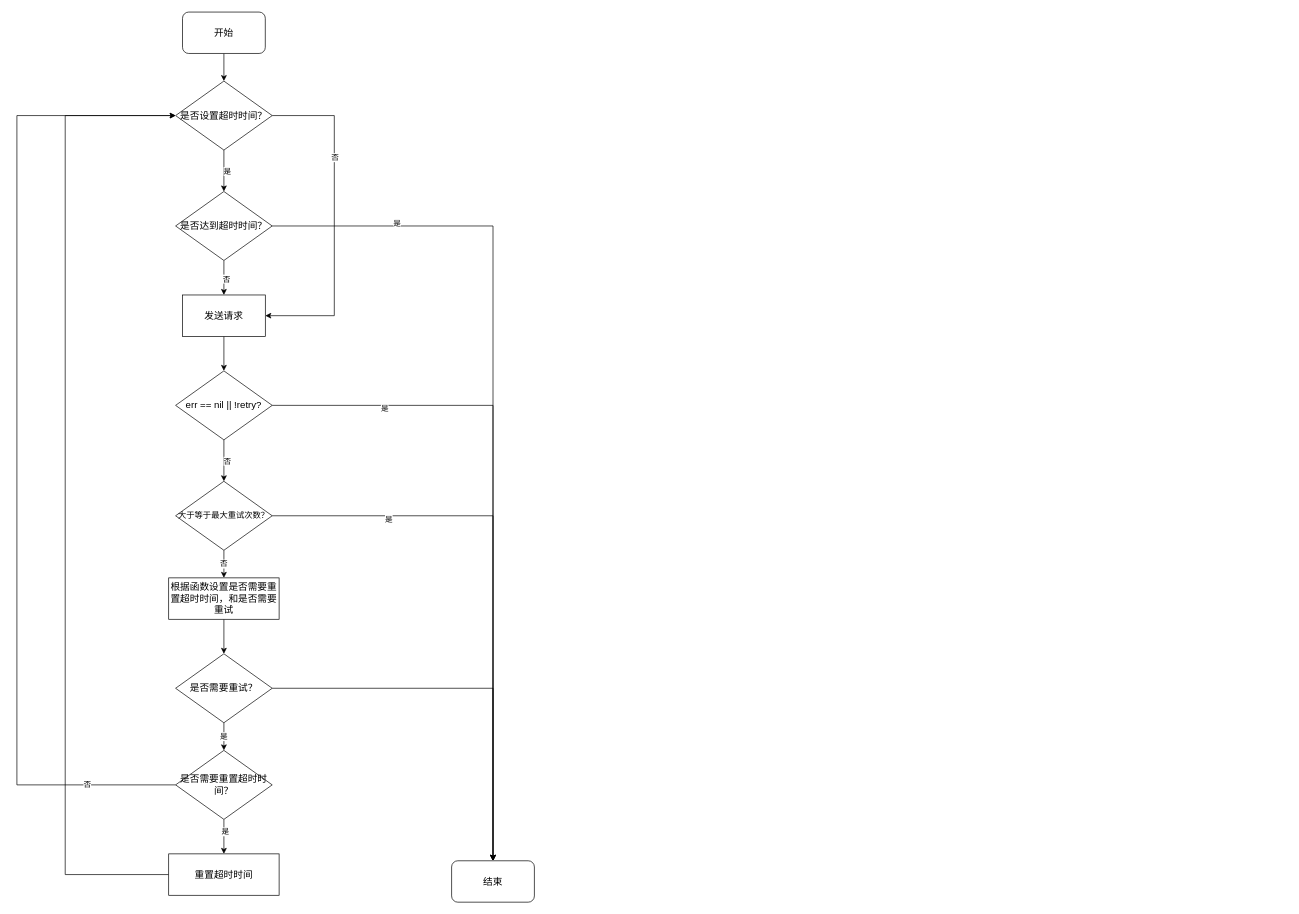
Earlier version of the draw.io diagram go/fasthttp.drawio (LanSeTianYe/draw). Source tidied: cells renumbered, new cells numbered last; positions are measured from the earlier drawing's top-left corner, leaving out a move shared by most shapes. Both pictures are drawn from the tidied source at 69%, with x=0, y=0 at pixel (17, 12).
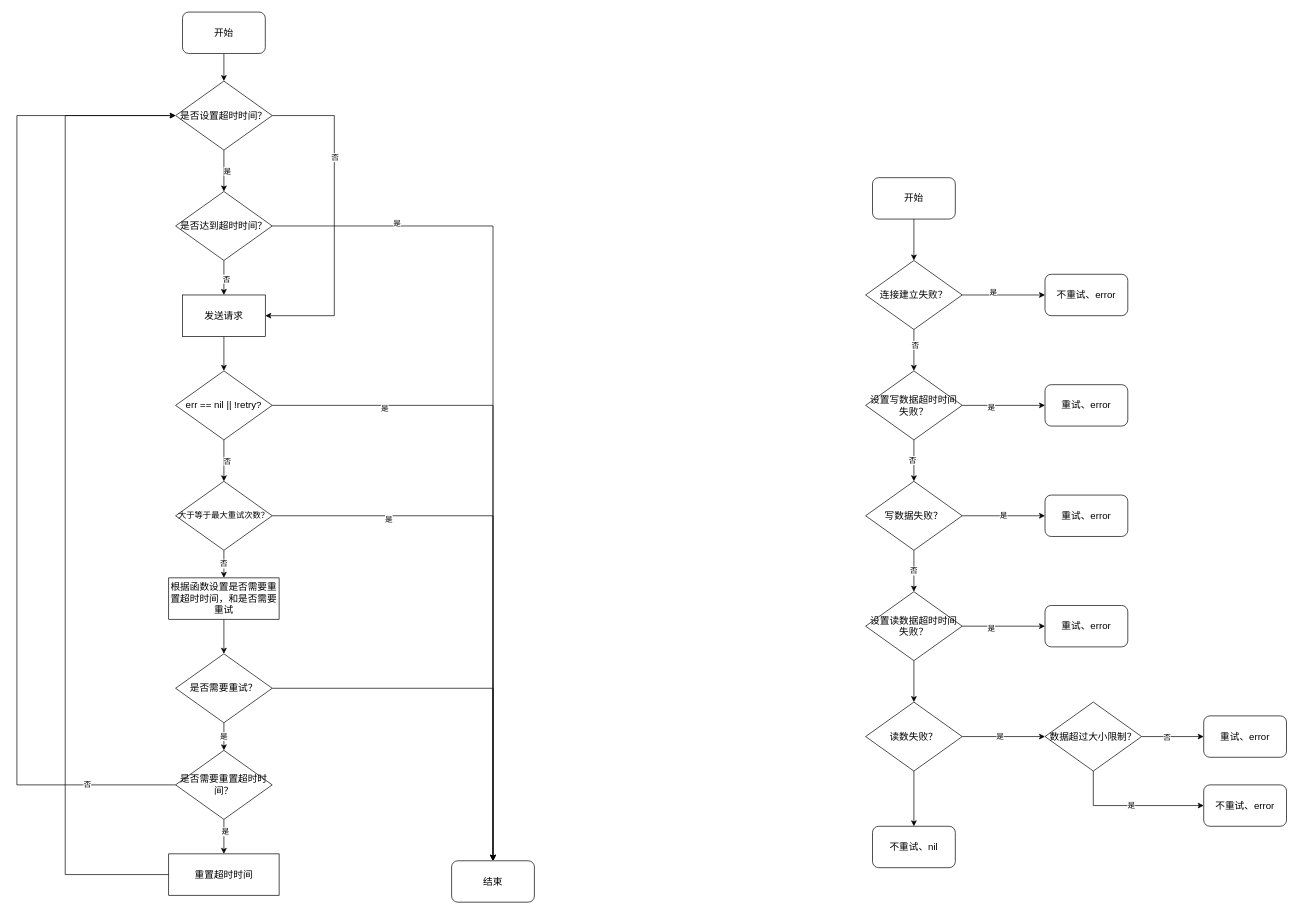
After the change.

Diff of the diagram source:
```diff
@@
+    <mxCell id="38" style="edgeStyle=orthogonalEdgeStyle;rounded=0;jettySize=auto;html=1;exitX=0.5;exitY=1;exitDx=0;exitDy=0;entryX=0.5;entryY=0;entryDx=0;entryDy=0;" parent="1" edge="1" source="39" target="44">
+      <mxGeometry relative="1" as="geometry" />
+    </mxCell>
+    <mxCell id="39" value="&lt;font style=&quot;font-size: 14px;&quot;&gt;开始&lt;/font&gt;" style="rounded=1;whiteSpace=wrap;html=1;" parent="1" vertex="1">
+      <mxGeometry x="1240" y="240" width="120" height="60" as="geometry" />
+    </mxCell>
+    <mxCell id="40" style="edgeStyle=orthogonalEdgeStyle;rounded=0;jettySize=auto;html=1;exitX=1;exitY=0.5;exitDx=0;exitDy=0;" parent="1" edge="1" source="44" target="45">
+      <mxGeometry relative="1" as="geometry" />
+    </mxCell>
+    <mxCell id="41" value="是" style="edgeLabel;html=1;align=center;verticalAlign=middle;" parent="40" vertex="1">
+      <mxGeometry x="-0.26" y="4" relative="1" as="geometry" />
+    </mxCell>
+    <mxCell id="42" style="edgeStyle=orthogonalEdgeStyle;rounded=0;jettySize=auto;html=1;exitX=0.5;exitY=1;exitDx=0;exitDy=0;" parent="1" edge="1" source="44" target="50">
+      <mxGeometry relative="1" as="geometry" />
+    </mxCell>
+    <mxCell id="43" value="否" style="edgeLabel;html=1;align=center;verticalAlign=middle;" parent="42" vertex="1">
+      <mxGeometry x="-0.28" y="1" relative="1" as="geometry" />
+    </mxCell>
+    <mxCell id="44" value="&lt;span style=&quot;font-size: 14px;&quot;&gt;连接建立失败？&lt;/span&gt;" style="rhombus;whiteSpace=wrap;html=1;align=center;" parent="1" vertex="1">
+      <mxGeometry x="1230" y="360" width="140" height="100" as="geometry" />
+    </mxCell>
+    <mxCell id="45" value="&lt;span style=&quot;font-size: 14px;&quot;&gt;不重试、error&lt;/span&gt;" style="rounded=1;whiteSpace=wrap;html=1;" parent="1" vertex="1">
+      <mxGeometry x="1490" y="380" width="120" height="60" as="geometry" />
+    </mxCell>
+    <mxCell id="46" style="edgeStyle=orthogonalEdgeStyle;rounded=0;jettySize=auto;html=1;exitX=1;exitY=0.5;exitDx=0;exitDy=0;" parent="1" edge="1" source="50" target="51">
+      <mxGeometry relative="1" as="geometry" />
+    </mxCell>
+    <mxCell id="47" value="是" style="edgeLabel;html=1;align=center;verticalAlign=middle;" parent="46" vertex="1">
+      <mxGeometry x="-0.31" y="-2" relative="1" as="geometry" />
+    </mxCell>
+    <mxCell id="48" style="edgeStyle=orthogonalEdgeStyle;rounded=0;jettySize=auto;html=1;exitX=0.5;exitY=1;exitDx=0;exitDy=0;entryX=0.5;entryY=0;entryDx=0;entryDy=0;" parent="1" edge="1" source="50" target="55">
+      <mxGeometry relative="1" as="geometry" />
+    </mxCell>
+    <mxCell id="49" value="否" style="edgeLabel;html=1;align=center;verticalAlign=middle;" parent="48" vertex="1">
+      <mxGeometry x="-0.04" y="-3" relative="1" as="geometry" />
+    </mxCell>
+    <mxCell id="50" value="&lt;span style=&quot;font-size: 14px;&quot;&gt;设置写数据超时时间失败？&lt;/span&gt;" style="rhombus;whiteSpace=wrap;html=1;align=center;" parent="1" vertex="1">
+      <mxGeometry x="1230" y="520" width="140" height="100" as="geometry" />
+    </mxCell>
+    <mxCell id="51" value="&lt;span style=&quot;font-size: 14px;&quot;&gt;重试、error&lt;/span&gt;" style="rounded=1;whiteSpace=wrap;html=1;" parent="1" vertex="1">
+      <mxGeometry x="1490" y="540" width="120" height="60" as="geometry" />
+    </mxCell>
+    <mxCell id="52" style="edgeStyle=orthogonalEdgeStyle;rounded=0;jettySize=auto;html=1;exitX=1;exitY=0.5;exitDx=0;exitDy=0;entryX=0;entryY=0.5;entryDx=0;entryDy=0;" parent="1" edge="1" source="55" target="56">
+      <mxGeometry relative="1" as="geometry" />
+    </mxCell>
+    <mxCell id="53" value="是" style="edgeLabel;html=1;align=center;verticalAlign=middle;" parent="52" vertex="1">
+      <mxGeometry x="-0.02" y="1" relative="1" as="geometry" />
+    </mxCell>
+    <mxCell id="54" value="否" style="edgeStyle=orthogonalEdgeStyle;rounded=0;jettySize=auto;html=1;exitX=0.5;exitY=1;exitDx=0;exitDy=0;" parent="1" edge="1" source="55" target="60">
+      <mxGeometry relative="1" as="geometry" />
+    </mxCell>
+    <mxCell id="55" value="&lt;span style=&quot;font-size: 14px;&quot;&gt;写数据失败？&lt;/span&gt;" style="rhombus;whiteSpace=wrap;html=1;align=center;" parent="1" vertex="1">
+      <mxGeometry x="1230" y="680" width="140" height="100" as="geometry" />
+    </mxCell>
+    <mxCell id="56" value="&lt;span style=&quot;font-size: 14px;&quot;&gt;重试、error&lt;/span&gt;" style="rounded=1;whiteSpace=wrap;html=1;" parent="1" vertex="1">
+      <mxGeometry x="1490" y="700" width="120" height="60" as="geometry" />
+    </mxCell>
+    <mxCell id="57" style="edgeStyle=orthogonalEdgeStyle;rounded=0;jettySize=auto;html=1;exitX=1;exitY=0.5;exitDx=0;exitDy=0;" parent="1" edge="1" source="60" target="61">
+      <mxGeometry relative="1" as="geometry" />
+    </mxCell>
+    <mxCell id="58" value="是" style="edgeLabel;html=1;align=center;verticalAlign=middle;" parent="57" vertex="1">
+      <mxGeometry x="-0.31" y="-2" relative="1" as="geometry" />
+    </mxCell>
+    <mxCell id="59" style="edgeStyle=orthogonalEdgeStyle;rounded=0;jettySize=auto;html=1;exitX=0.5;exitY=1;exitDx=0;exitDy=0;" parent="1" edge="1" source="60" target="65">
+      <mxGeometry relative="1" as="geometry" />
+    </mxCell>
+    <mxCell id="60" value="&lt;span style=&quot;font-size: 14px;&quot;&gt;设置读数据超时时间失败？&lt;/span&gt;" style="rhombus;whiteSpace=wrap;html=1;align=center;" parent="1" vertex="1">
+      <mxGeometry x="1230" y="840" width="140" height="100" as="geometry" />
+    </mxCell>
+    <mxCell id="61" value="&lt;span style=&quot;font-size: 14px;&quot;&gt;重试、error&lt;/span&gt;" style="rounded=1;whiteSpace=wrap;html=1;" parent="1" vertex="1">
+      <mxGeometry x="1490" y="860" width="120" height="60" as="geometry" />
+    </mxCell>
+    <mxCell id="62" style="edgeStyle=orthogonalEdgeStyle;rounded=0;jettySize=auto;html=1;exitX=1;exitY=0.5;exitDx=0;exitDy=0;entryX=0;entryY=0.5;entryDx=0;entryDy=0;" parent="1" edge="1" source="65" target="69">
+      <mxGeometry relative="1" as="geometry" />
+    </mxCell>
+    <mxCell id="63" value="是" style="edgeLabel;html=1;align=center;verticalAlign=middle;" parent="62" vertex="1">
+      <mxGeometry x="-0.1" y="1" relative="1" as="geometry" />
+    </mxCell>
+    <mxCell id="64" style="edgeStyle=orthogonalEdgeStyle;rounded=0;jettySize=auto;html=1;exitX=0.5;exitY=1;exitDx=0;exitDy=0;entryX=0.5;entryY=0;entryDx=0;entryDy=0;" parent="1" edge="1" source="65" target="72">
+      <mxGeometry relative="1" as="geometry" />
+    </mxCell>
+    <mxCell id="65" value="&lt;span style=&quot;font-size: 14px;&quot;&gt;读数失败？&lt;/span&gt;" style="rhombus;whiteSpace=wrap;html=1;align=center;" parent="1" vertex="1">
+      <mxGeometry x="1230" y="1000" width="140" height="100" as="geometry" />
+    </mxCell>
+    <mxCell id="66" style="edgeStyle=orthogonalEdgeStyle;rounded=0;jettySize=auto;html=1;exitX=1;exitY=0.5;exitDx=0;exitDy=0;" parent="1" edge="1" source="69" target="70">
+      <mxGeometry relative="1" as="geometry" />
+    </mxCell>
+    <mxCell id="67" value="否" style="edgeLabel;html=1;align=center;verticalAlign=middle;" parent="66" vertex="1">
+      <mxGeometry x="-0.21" relative="1" as="geometry" />
+    </mxCell>
+    <mxCell id="68" value="是" style="edgeStyle=orthogonalEdgeStyle;rounded=0;jettySize=auto;html=1;exitX=0.5;exitY=1;exitDx=0;exitDy=0;entryX=0;entryY=0.5;entryDx=0;entryDy=0;" parent="1" edge="1" source="69" target="71">
+      <mxGeometry relative="1" as="geometry" />
+    </mxCell>
+    <mxCell id="69" value="&lt;span style=&quot;font-size: 14px;&quot;&gt;数据超过大小限制？&lt;/span&gt;" style="rhombus;whiteSpace=wrap;html=1;align=center;" parent="1" vertex="1">
+      <mxGeometry x="1490" y="1000" width="140" height="100" as="geometry" />
+    </mxCell>
+    <mxCell id="70" value="&lt;span style=&quot;font-size: 14px;&quot;&gt;重试、error&lt;/span&gt;" style="rounded=1;whiteSpace=wrap;html=1;" parent="1" vertex="1">
+      <mxGeometry x="1720" y="1020" width="120" height="60" as="geometry" />
+    </mxCell>
+    <mxCell id="71" value="&lt;span style=&quot;font-size: 14px;&quot;&gt;不重试、error&lt;/span&gt;" style="rounded=1;whiteSpace=wrap;html=1;" parent="1" vertex="1">
+      <mxGeometry x="1720" y="1120" width="120" height="60" as="geometry" />
+    </mxCell>
+    <mxCell id="72" value="&lt;span style=&quot;font-size: 14px;&quot;&gt;不重试、nil&lt;/span&gt;" style="rounded=1;whiteSpace=wrap;html=1;" parent="1" vertex="1">
+      <mxGeometry x="1240" y="1180" width="120" height="60" as="geometry" />
+    </mxCell>
```
